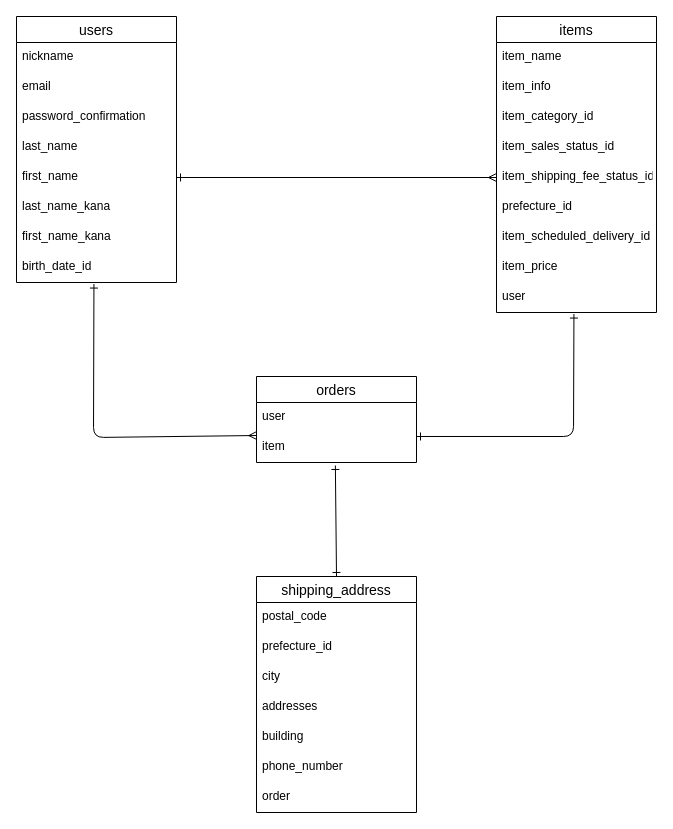
Earlier version of the draw.io diagram test.dio (Yosh1tomo/furima-36861). Source tidied: cells renumbered, new cells numbered last; positions are measured from the earlier drawing's top-left corner, leaving out a move shared by most shapes. Both pictures are drawn from the tidied source at 100%, with x=0, y=0 at pixel (16, 16).
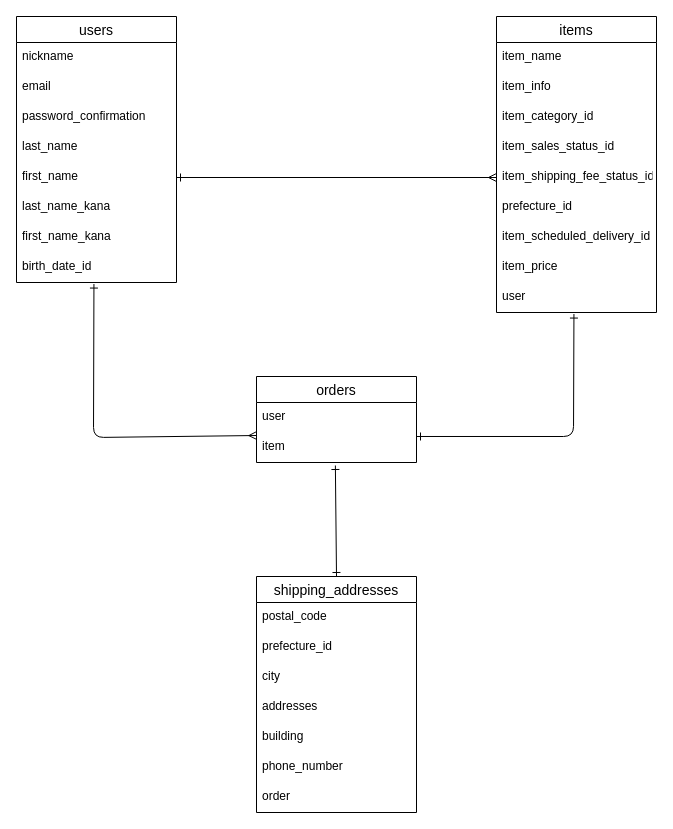
The same diagram, later.

Commit message (it also covers changes not shown here):
shipping_addressテーブル名を複数形へ

Diff of the diagram source:
```diff
@@
-    <mxCell id="28" value="shipping_address" style="swimlane;fontStyle=0;horizontal=1;startSize=26;align=center;fontSize=14;" parent="1" vertex="1">
+    <mxCell id="28" value="shipping_addresses" style="swimlane;fontStyle=0;horizontal=1;startSize=26;align=center;fontSize=14;" parent="1" vertex="1">
       <mxGeometry x="240" y="560" width="160" height="236" as="geometry" />
     </mxCell>
```
